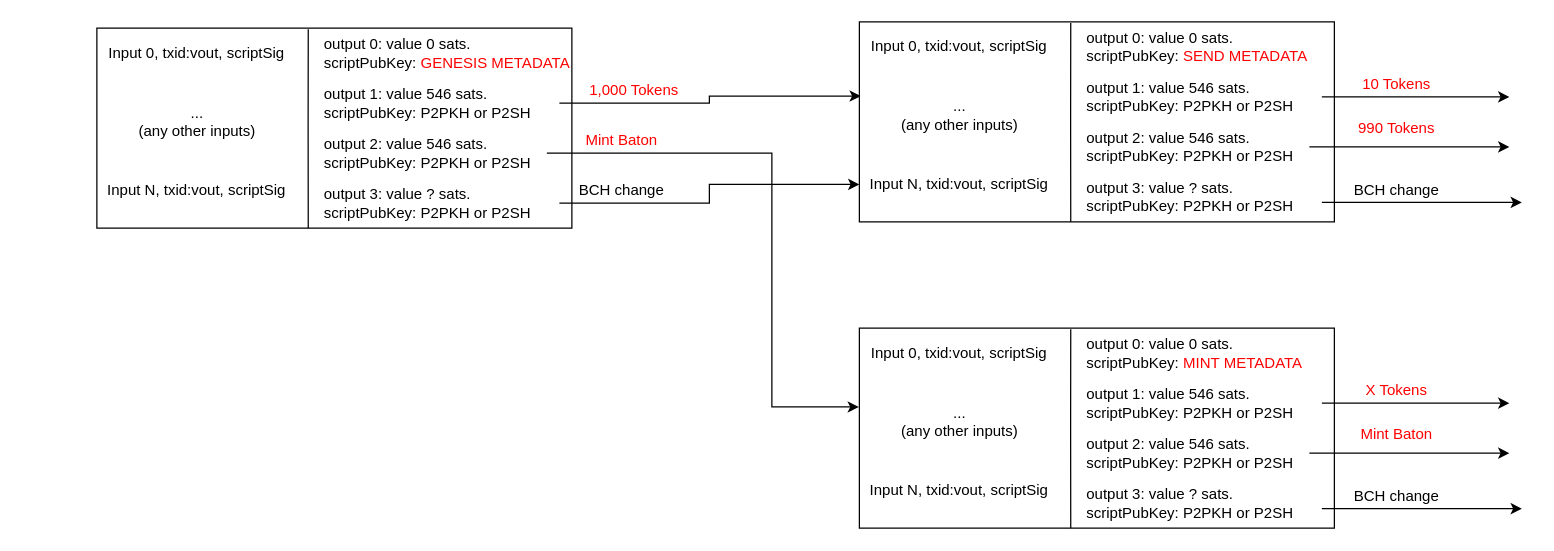
Before: basic/TokenType_0x01_Genesis.drawio in jcramer/slp-diagrams, a draw.io diagram. Source tidied: cells renumbered, new cells numbered last; positions are measured from the earlier drawing's top-left corner, leaving out a move shared by most shapes. Both pictures are drawn from the tidied source at 125%, with x=0, y=0 at pixel (96, 21).
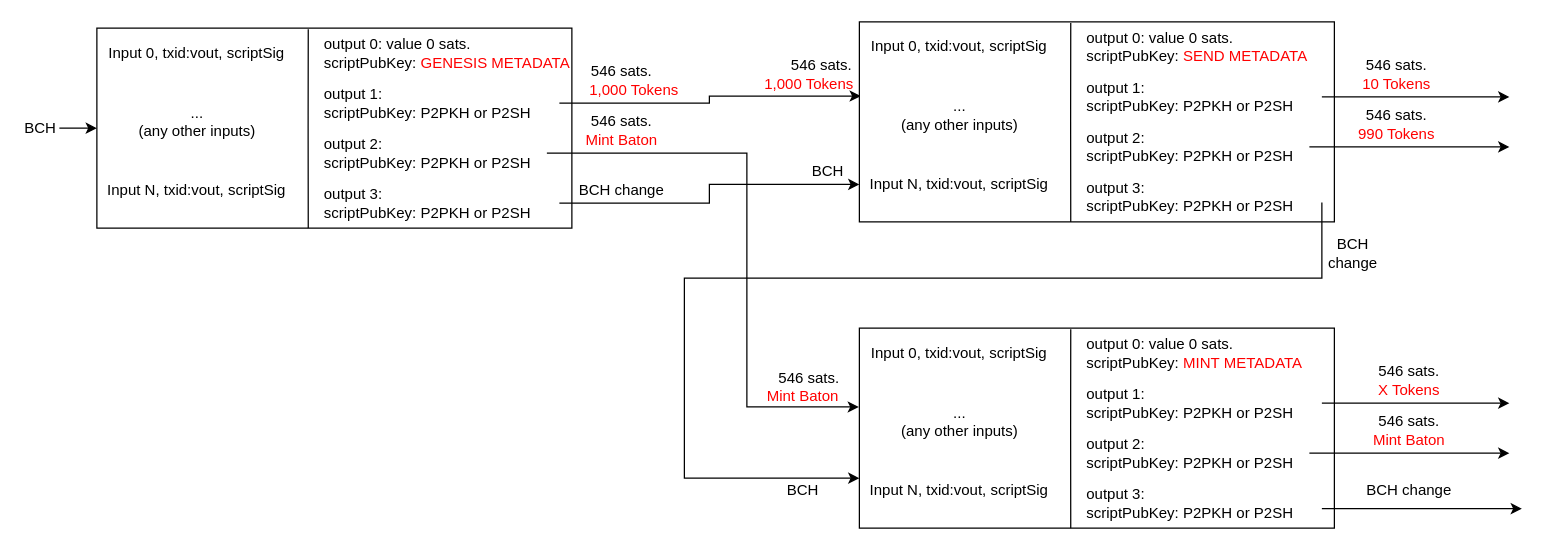
The same page after the edit.

The change refers to these unchanged cells:
```xml
<mxCell id="2" style="rounded=0;whiteSpace=wrap;html=1;" parent="1" vertex="1">
  <mxGeometry y="5" width="380" height="160" as="geometry" />
</mxCell>
<mxCell id="32" style="rounded=0;whiteSpace=wrap;html=1;" parent="1" vertex="1">
  <mxGeometry x="610" y="245" width="380" height="160" as="geometry" />
</mxCell>
<mxCell id="35" value="Input N, txid:vout, scriptSig" style="text;html=1;strokeColor=none;fillColor=none;align=center;verticalAlign=middle;whiteSpace=wrap;rounded=0;" parent="1" vertex="1">
  <mxGeometry x="610" y="365" width="160" height="20" as="geometry" />
</mxCell>
```

The edit, as a diff of the source:
```diff
@@
-    <mxCell id="9" value="output 1: value 546 sats.&lt;br&gt;scriptPubKey: P2PKH or P2SH" style="text;html=1;strokeColor=none;fillColor=none;align=left;verticalAlign=middle;whiteSpace=wrap;rounded=0;" parent="1" vertex="1">
+    <mxCell id="9" value="output 1:&amp;nbsp;&lt;br&gt;scriptPubKey: P2PKH or P2SH" style="text;html=1;strokeColor=none;fillColor=none;align=left;verticalAlign=middle;whiteSpace=wrap;rounded=0;" parent="1" vertex="1">
       <mxGeometry x="180" y="55" width="190" height="20" as="geometry" />
     </mxCell>
     <mxCell id="10" style="edgeStyle=orthogonalEdgeStyle;rounded=0;jettySize=auto;html=1;exitX=1;exitY=0.5;exitDx=0;exitDy=0;entryX=-0.001;entryY=0.394;entryDx=0;entryDy=0;entryPerimeter=0;" parent="1" edge="1" source="11" target="32">
       <mxGeometry relative="1" as="geometry">
         <Array as="points">
-          <mxPoint x="540" y="105" />
-          <mxPoint x="540" y="308" />
+          <mxPoint x="520" y="105" />
+          <mxPoint x="520" y="308" />
         </Array>
       </mxGeometry>
     </mxCell>
-    <mxCell id="11" value="output 2: value 546 sats.&lt;br&gt;scriptPubKey: P2PKH or P2SH" style="text;html=1;strokeColor=none;fillColor=none;align=left;verticalAlign=middle;whiteSpace=wrap;rounded=0;" parent="1" vertex="1">
+    <mxCell id="11" value="output 2:&lt;br&gt;scriptPubKey: P2PKH or P2SH" style="text;html=1;strokeColor=none;fillColor=none;align=left;verticalAlign=middle;whiteSpace=wrap;rounded=0;" parent="1" vertex="1">
       <mxGeometry x="180" y="95" width="180" height="20" as="geometry" />
     </mxCell>
@@
-    <mxCell id="13" value="output 3: value ? sats.&lt;br&gt;scriptPubKey: P2PKH or P2SH" style="text;html=1;strokeColor=none;fillColor=none;align=left;verticalAlign=middle;whiteSpace=wrap;rounded=0;" parent="1" vertex="1">
+    <mxCell id="13" value="output 3:&lt;br&gt;scriptPubKey: P2PKH or P2SH" style="text;html=1;strokeColor=none;fillColor=none;align=left;verticalAlign=middle;whiteSpace=wrap;rounded=0;" parent="1" vertex="1">
       <mxGeometry x="180" y="135" width="190" height="20" as="geometry" />
     </mxCell>
@@
-    <mxCell id="24" value="output 1: value 546 sats.&lt;br&gt;scriptPubKey: P2PKH or P2SH" style="text;html=1;strokeColor=none;fillColor=none;align=left;verticalAlign=middle;whiteSpace=wrap;rounded=0;" parent="1" vertex="1">
+    <mxCell id="24" value="output 1:&lt;br&gt;scriptPubKey: P2PKH or P2SH" style="text;html=1;strokeColor=none;fillColor=none;align=left;verticalAlign=middle;whiteSpace=wrap;rounded=0;" parent="1" vertex="1">
       <mxGeometry x="790" y="50" width="190" height="20" as="geometry" />
     </mxCell>
@@
-    <mxCell id="26" value="output 2: value 546 sats.&lt;br&gt;scriptPubKey: P2PKH or P2SH" style="text;html=1;strokeColor=none;fillColor=none;align=left;verticalAlign=middle;whiteSpace=wrap;rounded=0;" parent="1" vertex="1">
+    <mxCell id="26" value="output 2:&lt;br&gt;scriptPubKey: P2PKH or P2SH" style="text;html=1;strokeColor=none;fillColor=none;align=left;verticalAlign=middle;whiteSpace=wrap;rounded=0;" parent="1" vertex="1">
       <mxGeometry x="790" y="90" width="180" height="20" as="geometry" />
     </mxCell>
-    <mxCell id="27" value="output 3: value ? sats.&lt;br&gt;scriptPubKey: P2PKH or P2SH" style="text;html=1;strokeColor=none;fillColor=none;align=left;verticalAlign=middle;whiteSpace=wrap;rounded=0;" parent="1" vertex="1">
+    <mxCell id="27" value="output 3:&lt;br&gt;scriptPubKey: P2PKH or P2SH" style="text;html=1;strokeColor=none;fillColor=none;align=left;verticalAlign=middle;whiteSpace=wrap;rounded=0;" parent="1" vertex="1">
       <mxGeometry x="790" y="130" width="190" height="20" as="geometry" />
     </mxCell>
@@
     <mxCell id="29" value="&lt;font color=&quot;#ff0000&quot;&gt;990 Tokens&lt;/font&gt;" style="text;html=1;strokeColor=none;fillColor=none;align=center;verticalAlign=middle;whiteSpace=wrap;rounded=0;" parent="1" vertex="1">
-      <mxGeometry x="990" y="75" width="100" height="20" as="geometry" />
+      <mxGeometry x="990" y="80" width="100" height="20" as="geometry" />
     </mxCell>
-    <mxCell id="30" style="edgeStyle=orthogonalEdgeStyle;rounded=0;orthogonalLoop=1;jettySize=auto;html=1;" parent="1" edge="1">
+    <mxCell id="30" style="edgeStyle=orthogonalEdgeStyle;rounded=0;jettySize=auto;html=1;entryX=0;entryY=0;entryDx=0;entryDy=0;" parent="1" edge="1" target="35">
       <mxGeometry relative="1" as="geometry">
         <mxPoint x="980" y="144.4" as="sourcePoint" />
-        <mxPoint x="1140" y="144.4" as="targetPoint" />
+        <Array as="points">
+          <mxPoint x="980" y="205" />
+          <mxPoint x="470" y="205" />
+          <mxPoint x="470" y="365" />
+        </Array>
       </mxGeometry>
     </mxCell>
     <mxCell id="31" value="BCH change" style="text;html=1;strokeColor=none;fillColor=none;align=center;verticalAlign=middle;whiteSpace=wrap;rounded=0;" parent="1" vertex="1">
-      <mxGeometry x="990" y="125" width="100" height="20" as="geometry" />
+      <mxGeometry x="970" y="175" width="70" height="20" as="geometry" />
     </mxCell>
@@
-    <mxCell id="39" value="output 1: value 546 sats.&lt;br&gt;scriptPubKey: P2PKH or P2SH" style="text;html=1;strokeColor=none;fillColor=none;align=left;verticalAlign=middle;whiteSpace=wrap;rounded=0;" parent="1" vertex="1">
+    <mxCell id="39" value="output 1:&lt;br&gt;scriptPubKey: P2PKH or P2SH" style="text;html=1;strokeColor=none;fillColor=none;align=left;verticalAlign=middle;whiteSpace=wrap;rounded=0;" parent="1" vertex="1">
       <mxGeometry x="790" y="295" width="190" height="20" as="geometry" />
     </mxCell>
@@
-    <mxCell id="41" value="output 2: value 546 sats.&lt;br&gt;scriptPubKey: P2PKH or P2SH" style="text;html=1;strokeColor=none;fillColor=none;align=left;verticalAlign=middle;whiteSpace=wrap;rounded=0;" parent="1" vertex="1">
+    <mxCell id="41" value="output 2:&lt;br&gt;scriptPubKey: P2PKH or P2SH" style="text;html=1;strokeColor=none;fillColor=none;align=left;verticalAlign=middle;whiteSpace=wrap;rounded=0;" parent="1" vertex="1">
       <mxGeometry x="790" y="335" width="180" height="20" as="geometry" />
     </mxCell>
-    <mxCell id="42" value="output 3: value ? sats.&lt;br&gt;scriptPubKey: P2PKH or P2SH" style="text;html=1;strokeColor=none;fillColor=none;align=left;verticalAlign=middle;whiteSpace=wrap;rounded=0;" parent="1" vertex="1">
+    <mxCell id="42" value="output 3:&lt;br&gt;scriptPubKey: P2PKH or P2SH" style="text;html=1;strokeColor=none;fillColor=none;align=left;verticalAlign=middle;whiteSpace=wrap;rounded=0;" parent="1" vertex="1">
       <mxGeometry x="790" y="375" width="190" height="20" as="geometry" />
     </mxCell>
     <mxCell id="43" value="&lt;font color=&quot;#ff0000&quot;&gt;X Tokens&lt;/font&gt;" style="text;html=1;strokeColor=none;fillColor=none;align=center;verticalAlign=middle;whiteSpace=wrap;rounded=0;" parent="1" vertex="1">
-      <mxGeometry x="990" y="285" width="100" height="20" as="geometry" />
+      <mxGeometry x="1000" y="285" width="100" height="20" as="geometry" />
     </mxCell>
     <mxCell id="44" value="&lt;font color=&quot;#ff0000&quot;&gt;Mint Baton&lt;/font&gt;" style="text;html=1;strokeColor=none;fillColor=none;align=center;verticalAlign=middle;whiteSpace=wrap;rounded=0;" parent="1" vertex="1">
-      <mxGeometry x="990" y="320" width="100" height="20" as="geometry" />
+      <mxGeometry x="1000" y="325" width="100" height="20" as="geometry" />
     </mxCell>
@@
     <mxCell id="46" value="BCH change" style="text;html=1;strokeColor=none;fillColor=none;align=center;verticalAlign=middle;whiteSpace=wrap;rounded=0;" parent="1" vertex="1">
-      <mxGeometry x="990" y="370" width="100" height="20" as="geometry" />
+      <mxGeometry x="1000" y="365" width="100" height="20" as="geometry" />
     </mxCell>
+    <mxCell id="47" style="edgeStyle=orthogonalEdgeStyle;rounded=0;jettySize=auto;html=1;entryX=0;entryY=0.5;entryDx=0;entryDy=0;startArrow=none;startFill=0;endArrow=classic;endFill=1;" parent="1" edge="1" source="48" target="2">
+      <mxGeometry relative="1" as="geometry" />
+    </mxCell>
+    <mxCell id="48" value="BCH" style="text;html=1;strokeColor=none;fillColor=none;align=center;verticalAlign=middle;whiteSpace=wrap;rounded=0;" parent="1" vertex="1">
+      <mxGeometry x="-60" y="75" width="30" height="20" as="geometry" />
+    </mxCell>
+    <mxCell id="49" value="&lt;font color=&quot;#ff0000&quot;&gt;1,000 Tokens&lt;/font&gt;" style="text;html=1;strokeColor=none;fillColor=none;align=center;verticalAlign=middle;whiteSpace=wrap;rounded=0;" parent="1" vertex="1">
+      <mxGeometry x="520" y="40" width="100" height="20" as="geometry" />
+    </mxCell>
+    <mxCell id="50" value="BCH" style="text;html=1;strokeColor=none;fillColor=none;align=center;verticalAlign=middle;whiteSpace=wrap;rounded=0;" parent="1" vertex="1">
+      <mxGeometry x="560" y="110" width="50" height="20" as="geometry" />
+    </mxCell>
+    <mxCell id="51" value="546 sats." style="text;html=1;strokeColor=none;fillColor=none;align=center;verticalAlign=middle;whiteSpace=wrap;rounded=0;" parent="1" vertex="1">
+      <mxGeometry x="550" y="25" width="60" height="20" as="geometry" />
+    </mxCell>
+    <mxCell id="52" value="&lt;font color=&quot;#ff0000&quot;&gt;Mint Baton&lt;/font&gt;" style="text;html=1;strokeColor=none;fillColor=none;align=center;verticalAlign=middle;whiteSpace=wrap;rounded=0;" parent="1" vertex="1">
+      <mxGeometry x="515" y="290" width="100" height="20" as="geometry" />
+    </mxCell>
+    <mxCell id="53" value="546 sats." style="text;html=1;strokeColor=none;fillColor=none;align=center;verticalAlign=middle;whiteSpace=wrap;rounded=0;" parent="1" vertex="1">
+      <mxGeometry x="540" y="275" width="60" height="20" as="geometry" />
+    </mxCell>
+    <mxCell id="54" value="BCH" style="text;html=1;strokeColor=none;fillColor=none;align=center;verticalAlign=middle;whiteSpace=wrap;rounded=0;" parent="1" vertex="1">
+      <mxGeometry x="540" y="365" width="50" height="20" as="geometry" />
+    </mxCell>
+    <mxCell id="55" value="546 sats." style="text;html=1;strokeColor=none;fillColor=none;align=center;verticalAlign=middle;whiteSpace=wrap;rounded=0;" parent="1" vertex="1">
+      <mxGeometry x="390" y="30" width="60" height="20" as="geometry" />
+    </mxCell>
+    <mxCell id="56" value="546 sats." style="text;html=1;strokeColor=none;fillColor=none;align=center;verticalAlign=middle;whiteSpace=wrap;rounded=0;" parent="1" vertex="1">
+      <mxGeometry x="390" y="70" width="60" height="20" as="geometry" />
+    </mxCell>
+    <mxCell id="57" value="546 sats." style="text;html=1;strokeColor=none;fillColor=none;align=center;verticalAlign=middle;whiteSpace=wrap;rounded=0;" parent="1" vertex="1">
+      <mxGeometry x="1010" y="25" width="60" height="20" as="geometry" />
+    </mxCell>
+    <mxCell id="58" value="546 sats." style="text;html=1;strokeColor=none;fillColor=none;align=center;verticalAlign=middle;whiteSpace=wrap;rounded=0;" parent="1" vertex="1">
+      <mxGeometry x="1010" y="65" width="60" height="20" as="geometry" />
+    </mxCell>
+    <mxCell id="59" value="546 sats." style="text;html=1;strokeColor=none;fillColor=none;align=center;verticalAlign=middle;whiteSpace=wrap;rounded=0;" parent="1" vertex="1">
+      <mxGeometry x="1020" y="270" width="60" height="20" as="geometry" />
+    </mxCell>
+    <mxCell id="60" value="546 sats." style="text;html=1;strokeColor=none;fillColor=none;align=center;verticalAlign=middle;whiteSpace=wrap;rounded=0;" parent="1" vertex="1">
+      <mxGeometry x="1020" y="310" width="60" height="20" as="geometry" />
+    </mxCell>
```
